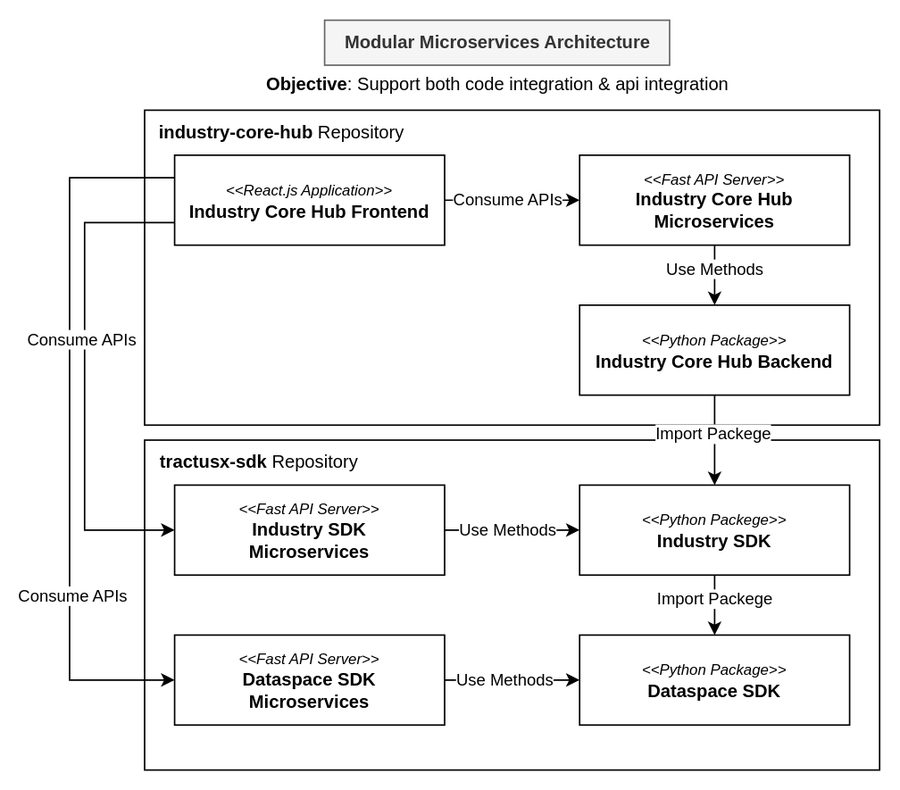
Above: docs/media/modular-microservices-architecture.svg in hokonohara/tractusx-sdk (draw.io), before the change. Source tidied: cells renumbered, new cells last; positions are measured from the earlier drawing's top-left corner, leaving out a move shared by most shapes.
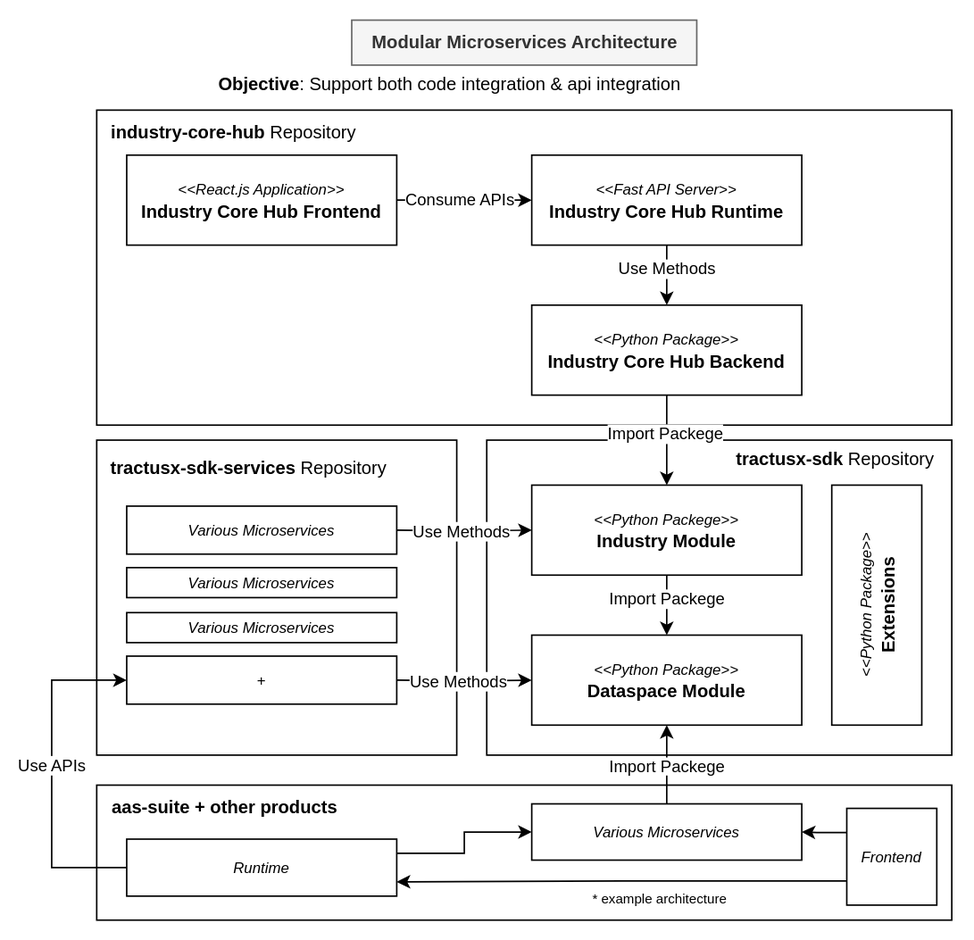
After the change.

Commit message:
Add example and test documentation for Tractus-X SDK

Diff of the diagram source:
```diff
@@ -2,10 +2,13 @@
   <root>
     <mxCell id="0" />
     <mxCell id="1" parent="0" />
+    <mxCell id="31" style="rounded=0;whiteSpace=wrap;html=1;" parent="1" vertex="1">
+      <mxGeometry x="50" y="280" width="240" height="210" as="geometry" />
+    </mxCell>
     <mxCell id="2" style="rounded=0;whiteSpace=wrap;html=1;" parent="1" vertex="1">
-      <mxGeometry x="50" y="280" width="490" height="220" as="geometry" />
+      <mxGeometry x="310" y="280" width="310" height="210" as="geometry" />
     </mxCell>
-    <mxCell id="3" value="&lt;div&gt;&lt;font style=&quot;font-size: 10px;&quot;&gt;&lt;i&gt;&amp;lt;&amp;lt;Python Package&amp;gt;&amp;gt;&lt;/i&gt;&lt;/font&gt;&lt;/div&gt;&lt;b&gt;Dataspace SDK&lt;/b&gt;" style="rounded=0;whiteSpace=wrap;html=1;" parent="1" vertex="1">
+    <mxCell id="3" value="&lt;div&gt;&lt;font style=&quot;font-size: 10px;&quot;&gt;&lt;i&gt;&amp;lt;&amp;lt;Python Package&amp;gt;&amp;gt;&lt;/i&gt;&lt;/font&gt;&lt;/div&gt;&lt;b&gt;Dataspace Module&lt;/b&gt;" style="rounded=0;whiteSpace=wrap;html=1;" parent="1" vertex="1">
       <mxGeometry x="340" y="410" width="180" height="60" as="geometry" />
     </mxCell>
     <mxCell id="4" style="edgeStyle=orthogonalEdgeStyle;rounded=0;jettySize=auto;html=1;exitX=0.5;exitY=1;exitDx=0;exitDy=0;entryX=0.5;entryY=0;entryDx=0;entryDy=0;" parent="1" edge="1" source="6" target="3">
@@ -14,11 +17,11 @@
     <mxCell id="5" value="Import Packege" style="edgeLabel;html=1;align=center;verticalAlign=middle;" parent="4" vertex="1">
       <mxGeometry x="-0.23" relative="1" as="geometry" />
     </mxCell>
-    <mxCell id="6" value="&lt;div&gt;&lt;i&gt;&lt;font style=&quot;font-size: 10px;&quot;&gt;&amp;lt;&amp;lt;Python Packege&amp;gt;&amp;gt;&lt;/font&gt;&lt;/i&gt;&lt;/div&gt;&lt;b&gt;Industry SDK&lt;/b&gt;" style="rounded=0;whiteSpace=wrap;html=1;" parent="1" vertex="1">
+    <mxCell id="6" value="&lt;div&gt;&lt;i&gt;&lt;font style=&quot;font-size: 10px;&quot;&gt;&amp;lt;&amp;lt;Python Packege&amp;gt;&amp;gt;&lt;/font&gt;&lt;/i&gt;&lt;/div&gt;&lt;b&gt;Industry Module&lt;/b&gt;" style="rounded=0;whiteSpace=wrap;html=1;" parent="1" vertex="1">
       <mxGeometry x="340" y="310" width="180" height="60" as="geometry" />
     </mxCell>
     <mxCell id="7" style="rounded=0;whiteSpace=wrap;html=1;" parent="1" vertex="1">
-      <mxGeometry x="50" y="60" width="490" height="210" as="geometry" />
+      <mxGeometry x="50" y="60" width="570" height="210" as="geometry" />
     </mxCell>
     <mxCell id="8" style="edgeStyle=orthogonalEdgeStyle;rounded=0;jettySize=auto;html=1;" parent="1" edge="1" source="10" target="6">
       <mxGeometry relative="1" as="geometry" />
@@ -37,17 +40,6 @@
         <mxPoint x="4" y="-1" as="offset" />
       </mxGeometry>
     </mxCell>
-    <mxCell id="13" style="edgeStyle=orthogonalEdgeStyle;rounded=0;jettySize=auto;html=1;exitX=0;exitY=0.25;exitDx=0;exitDy=0;entryX=0;entryY=0.5;entryDx=0;entryDy=0;" parent="1" edge="1" source="15" target="24">
-      <mxGeometry relative="1" as="geometry">
-        <Array as="points">
-          <mxPoint y="105" />
-          <mxPoint y="440" />
-        </Array>
-      </mxGeometry>
-    </mxCell>
-    <mxCell id="14" value="Consume APIs" style="edgeLabel;html=1;align=center;verticalAlign=middle;" parent="13" vertex="1">
-      <mxGeometry x="0.47" y="2" relative="1" as="geometry" />
-    </mxCell>
     <mxCell id="15" value="&lt;div&gt;&lt;i&gt;&lt;font style=&quot;font-size: 10px;&quot;&gt;&amp;lt;&amp;lt;React.js Application&amp;gt;&amp;gt;&lt;/font&gt;&lt;/i&gt;&lt;/div&gt;&lt;b&gt;Industry Core Hub Frontend&lt;/b&gt;" style="rounded=0;whiteSpace=wrap;html=1;" parent="1" vertex="1">
       <mxGeometry x="70" y="90" width="180" height="60" as="geometry" />
     </mxCell>
@@ -57,53 +49,102 @@
     <mxCell id="17" value="Use Methods" style="edgeLabel;html=1;align=center;verticalAlign=middle;" parent="16" vertex="1">
       <mxGeometry x="-0.2" relative="1" as="geometry" />
     </mxCell>
-    <mxCell id="18" value="&lt;div&gt;&lt;i&gt;&lt;font style=&quot;font-size: 10px;&quot;&gt;&amp;lt;&amp;lt;Fast API Server&amp;gt;&amp;gt;&lt;/font&gt;&lt;/i&gt;&lt;/div&gt;&lt;b&gt;Industry Core Hub Microservices&lt;/b&gt;" style="rounded=0;whiteSpace=wrap;html=1;" parent="1" vertex="1">
+    <mxCell id="18" value="&lt;div&gt;&lt;i&gt;&lt;font style=&quot;font-size: 10px;&quot;&gt;&amp;lt;&amp;lt;Fast API Server&amp;gt;&amp;gt;&lt;/font&gt;&lt;/i&gt;&lt;/div&gt;&lt;b&gt;Industry Core Hub Runtime&lt;/b&gt;" style="rounded=0;whiteSpace=wrap;html=1;" parent="1" vertex="1">
       <mxGeometry x="340" y="90" width="180" height="60" as="geometry" />
     </mxCell>
-    <mxCell id="19" style="edgeStyle=orthogonalEdgeStyle;rounded=0;jettySize=auto;html=1;exitX=1;exitY=0.5;exitDx=0;exitDy=0;entryX=0;entryY=0.5;entryDx=0;entryDy=0;" parent="1" edge="1" source="21" target="6">
-      <mxGeometry relative="1" as="geometry" />
+    <mxCell id="19" style="edgeStyle=orthogonalEdgeStyle;rounded=0;jettySize=auto;html=1;exitX=1;exitY=0.5;exitDx=0;exitDy=0;entryX=0;entryY=0.5;entryDx=0;entryDy=0;" parent="1" edge="1" target="6">
+      <mxGeometry relative="1" as="geometry">
+        <mxPoint x="250" y="340" as="sourcePoint" />
+      </mxGeometry>
     </mxCell>
     <mxCell id="20" value="Use Methods" style="edgeLabel;html=1;align=center;verticalAlign=middle;" parent="19" vertex="1">
       <mxGeometry x="-0.15" y="-1" relative="1" as="geometry">
         <mxPoint x="4" y="-1" as="offset" />
       </mxGeometry>
     </mxCell>
-    <mxCell id="21" value="&lt;div&gt;&lt;i&gt;&lt;font style=&quot;font-size: 10px;&quot;&gt;&amp;lt;&amp;lt;Fast API Server&amp;gt;&amp;gt;&lt;/font&gt;&lt;/i&gt;&lt;/div&gt;&lt;b&gt;Industry SDK&lt;/b&gt;&lt;div&gt;&lt;b&gt;Microservices&lt;/b&gt;&lt;/div&gt;" style="rounded=0;whiteSpace=wrap;html=1;" parent="1" vertex="1">
-      <mxGeometry x="70" y="310" width="180" height="60" as="geometry" />
-    </mxCell>
-    <mxCell id="22" style="edgeStyle=orthogonalEdgeStyle;rounded=0;jettySize=auto;html=1;exitX=1;exitY=0.5;exitDx=0;exitDy=0;" parent="1" edge="1" source="24" target="3">
-      <mxGeometry relative="1" as="geometry" />
+    <mxCell id="22" style="edgeStyle=orthogonalEdgeStyle;rounded=0;jettySize=auto;html=1;exitX=1;exitY=0.5;exitDx=0;exitDy=0;" parent="1" edge="1" target="3">
+      <mxGeometry relative="1" as="geometry">
+        <mxPoint x="250" y="440" as="sourcePoint" />
+      </mxGeometry>
     </mxCell>
     <mxCell id="23" value="Use Methods" style="edgeLabel;html=1;align=center;verticalAlign=middle;" parent="22" vertex="1">
       <mxGeometry x="-0.4" relative="1" as="geometry">
         <mxPoint x="13" as="offset" />
       </mxGeometry>
     </mxCell>
-    <mxCell id="24" value="&lt;div&gt;&lt;i&gt;&lt;font style=&quot;font-size: 10px;&quot;&gt;&amp;lt;&amp;lt;Fast API Server&amp;gt;&amp;gt;&lt;/font&gt;&lt;/i&gt;&lt;/div&gt;&lt;b&gt;Dataspace SDK&lt;/b&gt;&lt;div&gt;&lt;b&gt;Microservices&lt;/b&gt;&lt;/div&gt;" style="rounded=0;whiteSpace=wrap;html=1;" parent="1" vertex="1">
-      <mxGeometry x="70" y="410" width="180" height="60" as="geometry" />
-    </mxCell>
     <mxCell id="25" value="&lt;b&gt;industry-core-hub &lt;/b&gt;Repository" style="text;html=1;align=center;verticalAlign=middle;strokeColor=none;fillColor=none;" parent="1" vertex="1">
       <mxGeometry x="46" y="60" width="190" height="30" as="geometry" />
     </mxCell>
     <mxCell id="26" value="&lt;b&gt;Modular Microservices Architecture&lt;/b&gt;" style="text;html=1;align=center;verticalAlign=middle;strokeColor=#666666;fillColor=#f5f5f5;fontColor=#333333;" parent="1" vertex="1">
-      <mxGeometry x="170" width="230" height="30" as="geometry" />
+      <mxGeometry x="220" width="230" height="30" as="geometry" />
     </mxCell>
     <mxCell id="27" value="&lt;b&gt;Objective&lt;/b&gt;: Support both code integration &amp;amp; api integration" style="text;html=1;align=center;verticalAlign=middle;strokeColor=none;fillColor=none;" parent="1" vertex="1">
       <mxGeometry x="120" y="28" width="330" height="30" as="geometry" />
     </mxCell>
     <mxCell id="28" value="&lt;b&gt;tractusx-sdk&lt;/b&gt; Repository" style="text;html=1;align=center;verticalAlign=middle;strokeColor=none;fillColor=none;" parent="1" vertex="1">
-      <mxGeometry x="46" y="280" width="160" height="30" as="geometry" />
+      <mxGeometry x="462" y="278" width="160" height="30" as="geometry" />
     </mxCell>
-    <mxCell id="29" style="edgeStyle=orthogonalEdgeStyle;rounded=0;jettySize=auto;html=1;exitX=0;exitY=0.75;exitDx=0;exitDy=0;entryX=0;entryY=0.5;entryDx=0;entryDy=0;" parent="1" edge="1" source="15" target="21">
-      <mxGeometry relative="1" as="geometry">
-        <Array as="points">
-          <mxPoint x="10" y="135" />
-          <mxPoint x="10" y="340" />
-        </Array>
-      </mxGeometry>
-    </mxCell>
-    <mxCell id="30" value="Consume APIs" style="edgeLabel;html=1;align=center;verticalAlign=middle;" parent="29" vertex="1">
-      <mxGeometry x="-0.15" y="-2" relative="1" as="geometry" />
-    </mxCell>
+    <mxCell id="32" value="&lt;div&gt;&lt;font style=&quot;font-size: 10px;&quot;&gt;&lt;i&gt;&amp;lt;&amp;lt;Python Package&amp;gt;&amp;gt;&lt;/i&gt;&lt;/font&gt;&lt;/div&gt;&lt;b&gt;Extensions&lt;/b&gt;" style="rounded=0;whiteSpace=wrap;html=1;rotation=-90;" parent="1" vertex="1">
+      <mxGeometry x="490" y="360" width="160" height="60" as="geometry" />
+    </mxCell>
+    <mxCell id="33" value="&lt;span style=&quot;font-size: 10px;&quot;&gt;&lt;i&gt;Various Microservices&lt;/i&gt;&lt;/span&gt;" style="rounded=0;whiteSpace=wrap;html=1;" parent="1" vertex="1">
+      <mxGeometry x="70" y="324" width="180" height="32" as="geometry" />
+    </mxCell>
+    <mxCell id="34" value="&lt;i style=&quot;font-size: 10px;&quot;&gt;Various Microservices&lt;/i&gt;" style="rounded=0;whiteSpace=wrap;html=1;" parent="1" vertex="1">
+      <mxGeometry x="70" y="395" width="180" height="20" as="geometry" />
+    </mxCell>
+    <mxCell id="35" value="&lt;span style=&quot;font-size: 10px;&quot;&gt;&lt;i&gt;+&lt;/i&gt;&lt;/span&gt;" style="rounded=0;whiteSpace=wrap;html=1;" parent="1" vertex="1">
+      <mxGeometry x="70" y="424" width="180" height="32" as="geometry" />
+    </mxCell>
+    <mxCell id="36" value="&lt;b&gt;tractusx-sdk-services&lt;/b&gt; Repository" style="text;html=1;align=center;verticalAlign=middle;strokeColor=none;fillColor=none;" parent="1" vertex="1">
+      <mxGeometry x="46" y="284" width="210" height="30" as="geometry" />
+    </mxCell>
+    <mxCell id="37" value="&lt;i style=&quot;font-size: 10px;&quot;&gt;Various Microservices&lt;/i&gt;" style="rounded=0;whiteSpace=wrap;html=1;" parent="1" vertex="1">
+      <mxGeometry x="70" y="365" width="180" height="20" as="geometry" />
+    </mxCell>
+    <mxCell id="38" style="rounded=0;whiteSpace=wrap;html=1;" parent="1" vertex="1">
+      <mxGeometry x="50" y="510" width="570" height="90" as="geometry" />
+    </mxCell>
+    <mxCell id="39" value="&lt;b&gt;aas-suite + other products&lt;/b&gt;" style="text;html=1;align=center;verticalAlign=middle;strokeColor=none;fillColor=none;" parent="1" vertex="1">
+      <mxGeometry x="50" y="510" width="170" height="30" as="geometry" />
+    </mxCell>
+    <mxCell id="40" style="edgeStyle=orthogonalEdgeStyle;rounded=0;jettySize=auto;html=1;exitX=1;exitY=0.25;exitDx=0;exitDy=0;" parent="1" edge="1" source="43" target="45">
+      <mxGeometry relative="1" as="geometry" />
+    </mxCell>
+    <mxCell id="41" style="edgeStyle=orthogonalEdgeStyle;rounded=0;jettySize=auto;html=1;exitX=0;exitY=0.5;exitDx=0;exitDy=0;entryX=0;entryY=0.5;entryDx=0;entryDy=0;" parent="1" edge="1" source="43" target="35">
+      <mxGeometry relative="1" as="geometry">
+        <Array as="points">
+          <mxPoint x="20" y="565" />
+          <mxPoint x="20" y="440" />
+        </Array>
+      </mxGeometry>
+    </mxCell>
+    <mxCell id="42" value="Use APIs" style="edgeLabel;html=1;align=center;verticalAlign=middle;" parent="41" vertex="1">
+      <mxGeometry x="0.06" relative="1" as="geometry" />
+    </mxCell>
+    <mxCell id="43" value="&lt;i style=&quot;font-size: 10px;&quot;&gt;Runtime&lt;/i&gt;" style="rounded=0;whiteSpace=wrap;html=1;" parent="1" vertex="1">
+      <mxGeometry x="70" y="546" width="180" height="38" as="geometry" />
+    </mxCell>
+    <mxCell id="44" style="edgeStyle=orthogonalEdgeStyle;rounded=0;jettySize=auto;html=1;exitX=0.5;exitY=0;exitDx=0;exitDy=0;entryX=0.5;entryY=1;entryDx=0;entryDy=0;" parent="1" edge="1" source="45" target="3">
+      <mxGeometry relative="1" as="geometry" />
+    </mxCell>
+    <mxCell id="45" value="&lt;i style=&quot;font-size: 10px;&quot;&gt;Various Microservices&lt;/i&gt;" style="rounded=0;whiteSpace=wrap;html=1;" parent="1" vertex="1">
+      <mxGeometry x="340" y="522.5" width="180" height="37.5" as="geometry" />
+    </mxCell>
+    <mxCell id="46" value="&lt;span style=&quot;color: rgb(0, 0, 0); font-family: Helvetica; font-size: 11px; font-style: normal; font-variant-ligatures: normal; font-variant-caps: normal; font-weight: 400; letter-spacing: normal; orphans: 2; text-align: center; text-indent: 0px; text-transform: none; widows: 2; word-spacing: 0px; -webkit-text-stroke-width: 0px; white-space: nowrap; background-color: rgb(255, 255, 255); text-decoration-thickness: initial; text-decoration-style: initial; text-decoration-color: initial; display: inline !important; float: none;&quot;&gt;Import Packege&lt;/span&gt;" style="text;whiteSpace=wrap;html=1;" parent="1" vertex="1">
+      <mxGeometry x="390" y="483.5" width="110" height="40" as="geometry" />
+    </mxCell>
+    <mxCell id="47" style="edgeStyle=orthogonalEdgeStyle;rounded=0;jettySize=auto;html=1;exitX=0;exitY=0.25;exitDx=0;exitDy=0;" parent="1" edge="1" source="48" target="45">
+      <mxGeometry relative="1" as="geometry" />
+    </mxCell>
+    <mxCell id="48" value="&lt;i style=&quot;font-size: 10px;&quot;&gt;Frontend&lt;/i&gt;" style="rounded=0;whiteSpace=wrap;html=1;" parent="1" vertex="1">
+      <mxGeometry x="550" y="525.5" width="60" height="64.5" as="geometry" />
+    </mxCell>
+    <mxCell id="49" style="edgeStyle=orthogonalEdgeStyle;rounded=0;jettySize=auto;html=1;exitX=0;exitY=0.75;exitDx=0;exitDy=0;entryX=1;entryY=0.75;entryDx=0;entryDy=0;" parent="1" edge="1" source="48" target="43">
+      <mxGeometry relative="1" as="geometry" />
+    </mxCell>
+    <mxCell id="50" value="&lt;font style=&quot;font-size: 9px;&quot;&gt;* example architecture&lt;/font&gt;" style="text;html=1;align=center;verticalAlign=middle;strokeColor=none;fillColor=none;" parent="1" vertex="1">
+      <mxGeometry x="370" y="570" width="110" height="30" as="geometry" />
+    </mxCell>
   </root>
 </mxGraphModel>
```
